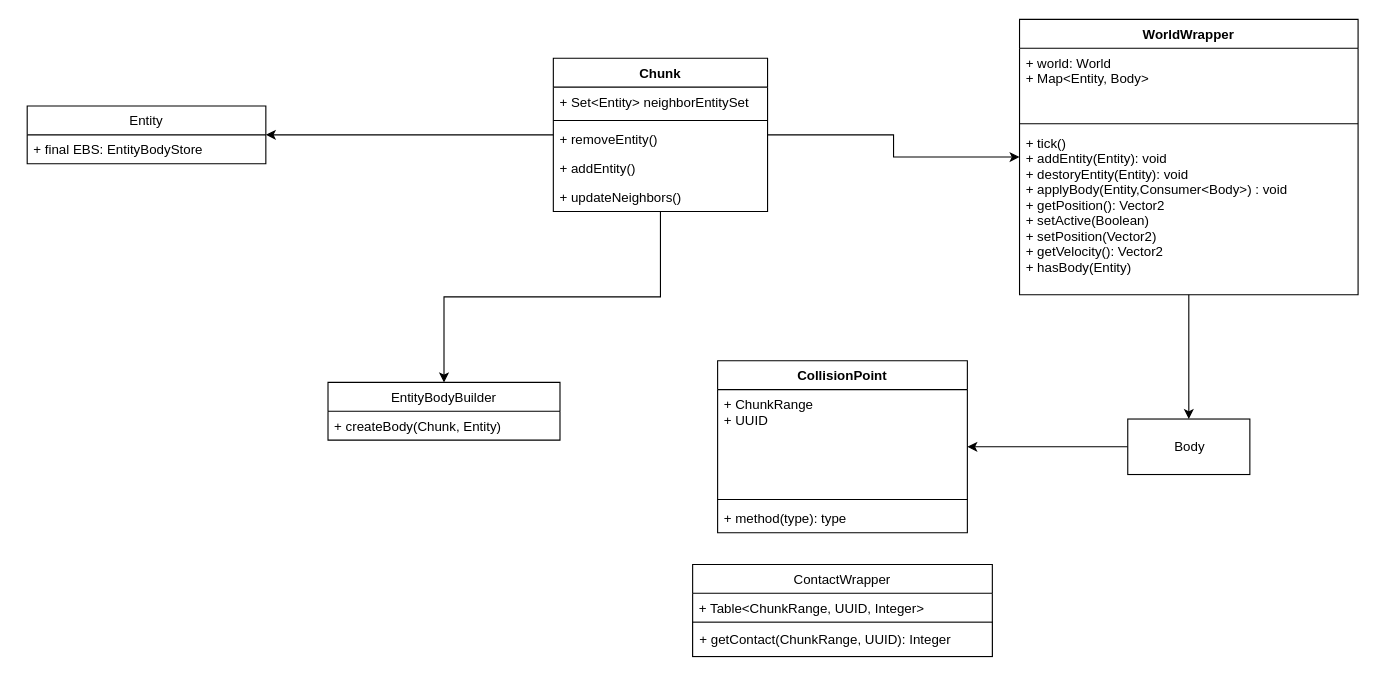
The draw.io diagram design/EntityBodyStore.drawio in andrew-delph/libgdx-game, before the edit. Source tidied: cells renumbered, new cells numbered last; positions are measured from the earlier drawing's top-left corner, leaving out a move shared by most shapes. Both pictures are drawn from the tidied source at 111%, with x=0, y=0 at pixel (27, 19).
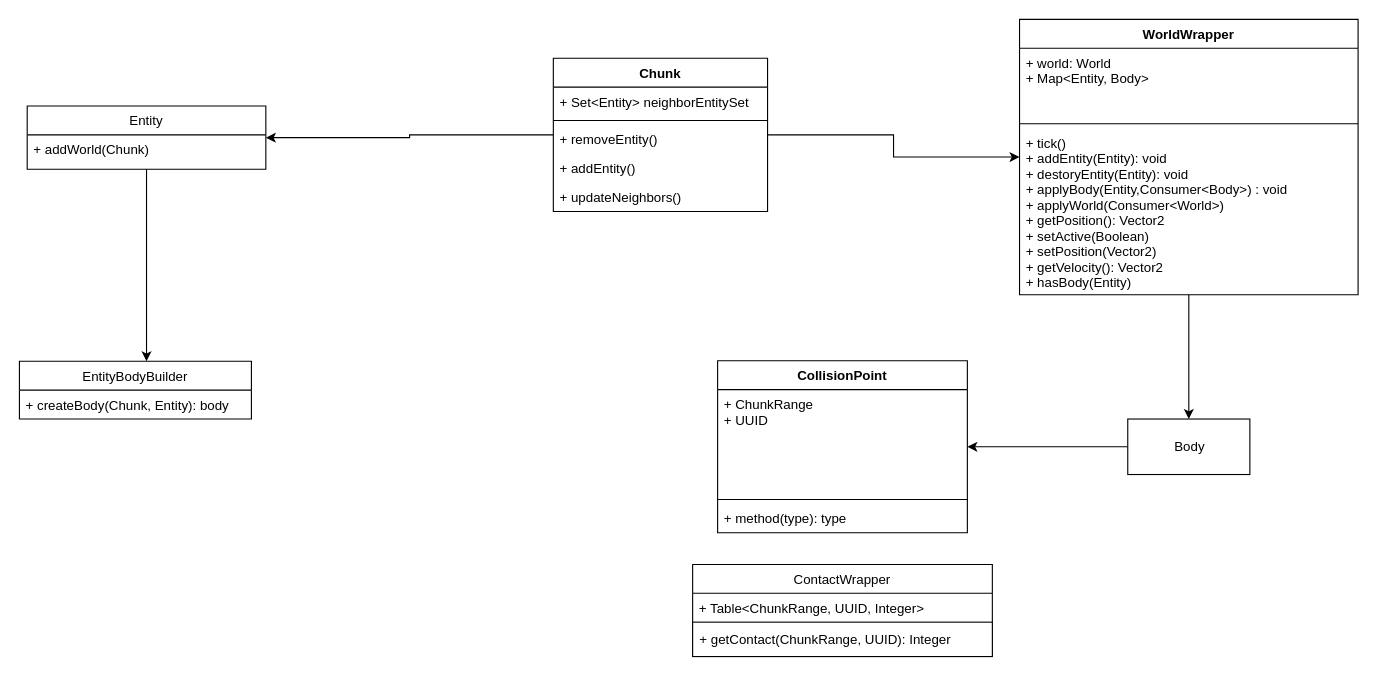
After the change.

Unchanged cells that the change refers to:
```xml
<mxCell id="9" value="WorldWrapper" style="swimlane;fontStyle=1;align=center;verticalAlign=top;horizontal=1;startSize=26;" parent="1" vertex="1">
  <mxGeometry x="894" width="305" height="248" as="geometry" />
</mxCell>
<mxCell id="14" value="Chunk" style="swimlane;fontStyle=1;align=center;verticalAlign=top;horizontal=1;startSize=26;" parent="1" vertex="1">
  <mxGeometry x="474" y="35" width="193" height="138" as="geometry" />
</mxCell>
```

Diff of the diagram source:
```diff
@@
+    <mxCell id="29" style="edgeStyle=orthogonalEdgeStyle;rounded=0;jettySize=auto;html=1;" parent="1" edge="1" source="6" target="24">
+      <mxGeometry relative="1" as="geometry">
+        <Array as="points">
+          <mxPoint x="104" y="353" />
+        </Array>
+      </mxGeometry>
+    </mxCell>
     <mxCell id="6" value="Entity" style="swimlane;fontStyle=0;horizontal=1;startSize=26;fillColor=none;" parent="1" vertex="1">
-      <mxGeometry y="78" width="215" height="52" as="geometry" />
+      <mxGeometry y="78" width="215" height="57" as="geometry" />
     </mxCell>
-    <mxCell id="7" value="+ final EBS: EntityBodyStore" style="text;strokeColor=none;fillColor=none;align=left;verticalAlign=top;spacingLeft=4;spacingRight=4;overflow=hidden;" parent="6" vertex="1">
-      <mxGeometry y="26" width="215" height="26" as="geometry" />
+    <mxCell id="7" value="+ addWorld(Chunk)" style="text;strokeColor=none;fillColor=none;align=left;verticalAlign=top;spacingLeft=4;spacingRight=4;overflow=hidden;" parent="6" vertex="1">
+      <mxGeometry y="26" width="215" height="31" as="geometry" />
     </mxCell>
@@
-    <mxCell id="12" value="+ tick()&#10;+ addEntity(Entity): void&#10;+ destoryEntity(Entity): void&#10;+ applyBody(Entity,Consumer&lt;Body&gt;) : void&#10;+ getPosition(): Vector2&#10;+ setActive(Boolean)&#10;+ setPosition(Vector2)&#10;+ getVelocity(): Vector2&#10;+ hasBody(Entity)" style="text;strokeColor=none;fillColor=none;align=left;verticalAlign=top;spacingLeft=4;spacingRight=4;overflow=hidden;" parent="9" vertex="1">
+    <mxCell id="12" value="+ tick()&#10;+ addEntity(Entity): void&#10;+ destoryEntity(Entity): void&#10;+ applyBody(Entity,Consumer&lt;Body&gt;) : void&#10;+ applyWorld(Consumer&lt;World&gt;)&#10;+ getPosition(): Vector2&#10;+ setActive(Boolean)&#10;+ setPosition(Vector2)&#10;+ getVelocity(): Vector2&#10;+ hasBody(Entity)" style="text;strokeColor=none;fillColor=none;align=left;verticalAlign=top;spacingLeft=4;spacingRight=4;overflow=hidden;" parent="9" vertex="1">
       <mxGeometry y="98" width="305" height="150" as="geometry" />
     </mxCell>
-    <mxCell id="13" style="edgeStyle=orthogonalEdgeStyle;rounded=0;jettySize=auto;html=1;" parent="1" edge="1" source="14" target="24">
-      <mxGeometry relative="1" as="geometry" />
-    </mxCell>
@@
     <mxCell id="24" value="EntityBodyBuilder" style="swimlane;fontStyle=0;horizontal=1;startSize=26;fillColor=none;" parent="1" vertex="1">
-      <mxGeometry x="271" y="327" width="209" height="52" as="geometry" />
+      <mxGeometry x="-7" y="308" width="209" height="52" as="geometry" />
     </mxCell>
-    <mxCell id="25" value="+ createBody(Chunk, Entity)" style="text;strokeColor=none;fillColor=none;align=left;verticalAlign=top;spacingLeft=4;spacingRight=4;overflow=hidden;" parent="24" vertex="1">
+    <mxCell id="25" value="+ createBody(Chunk, Entity): body" style="text;strokeColor=none;fillColor=none;align=left;verticalAlign=top;spacingLeft=4;spacingRight=4;overflow=hidden;" parent="24" vertex="1">
       <mxGeometry y="26" width="209" height="26" as="geometry" />
     </mxCell>
```
